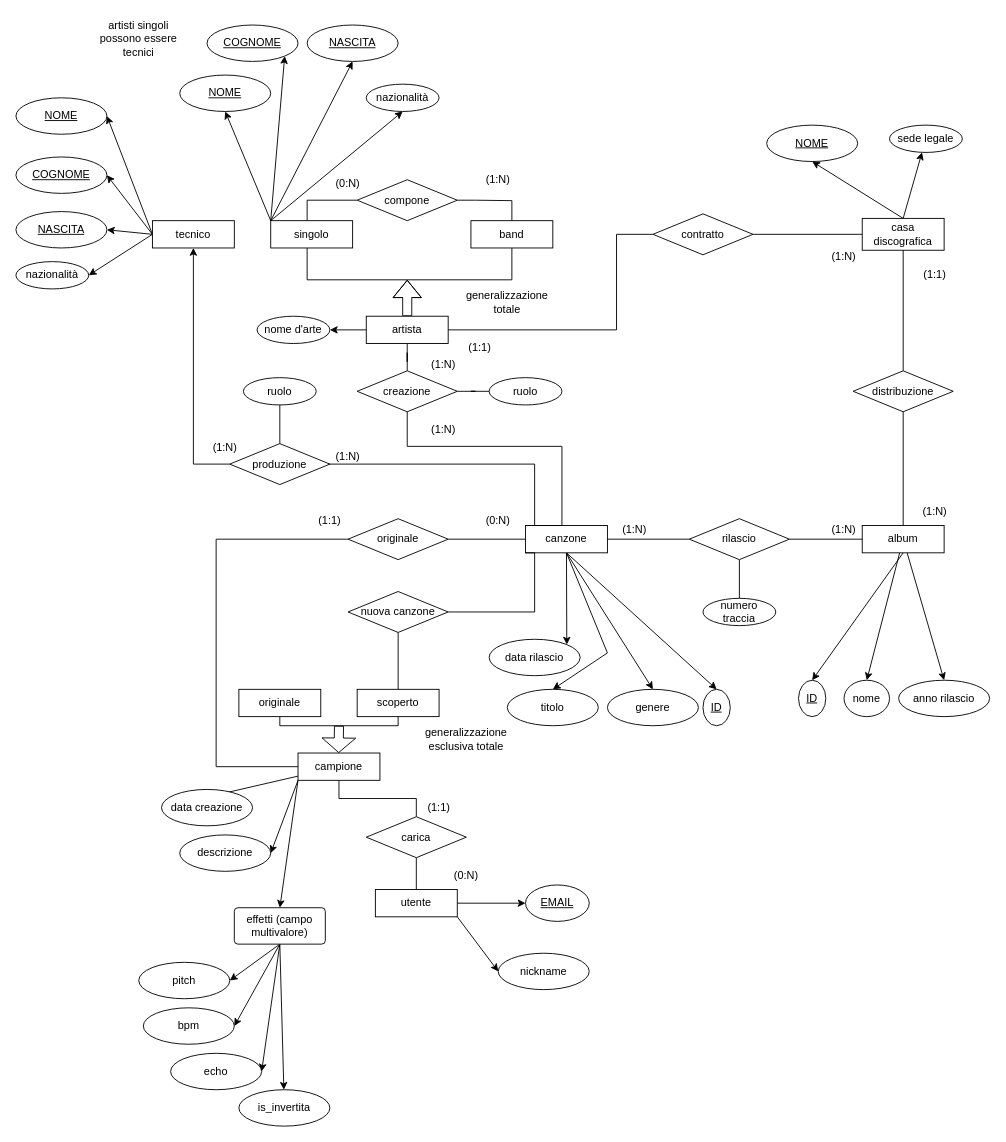
Stef4noo/materiale-progetto-basi keeps this draw.io diagram as diagramma er.drawio. Above is the earlier version. Source tidied: cells renumbered, new cells numbered last; positions are measured from the earlier drawing's top-left corner, leaving out a move shared by most shapes. Both pictures are drawn from the tidied source at 91%, with x=0, y=0 at pixel (15, 15).
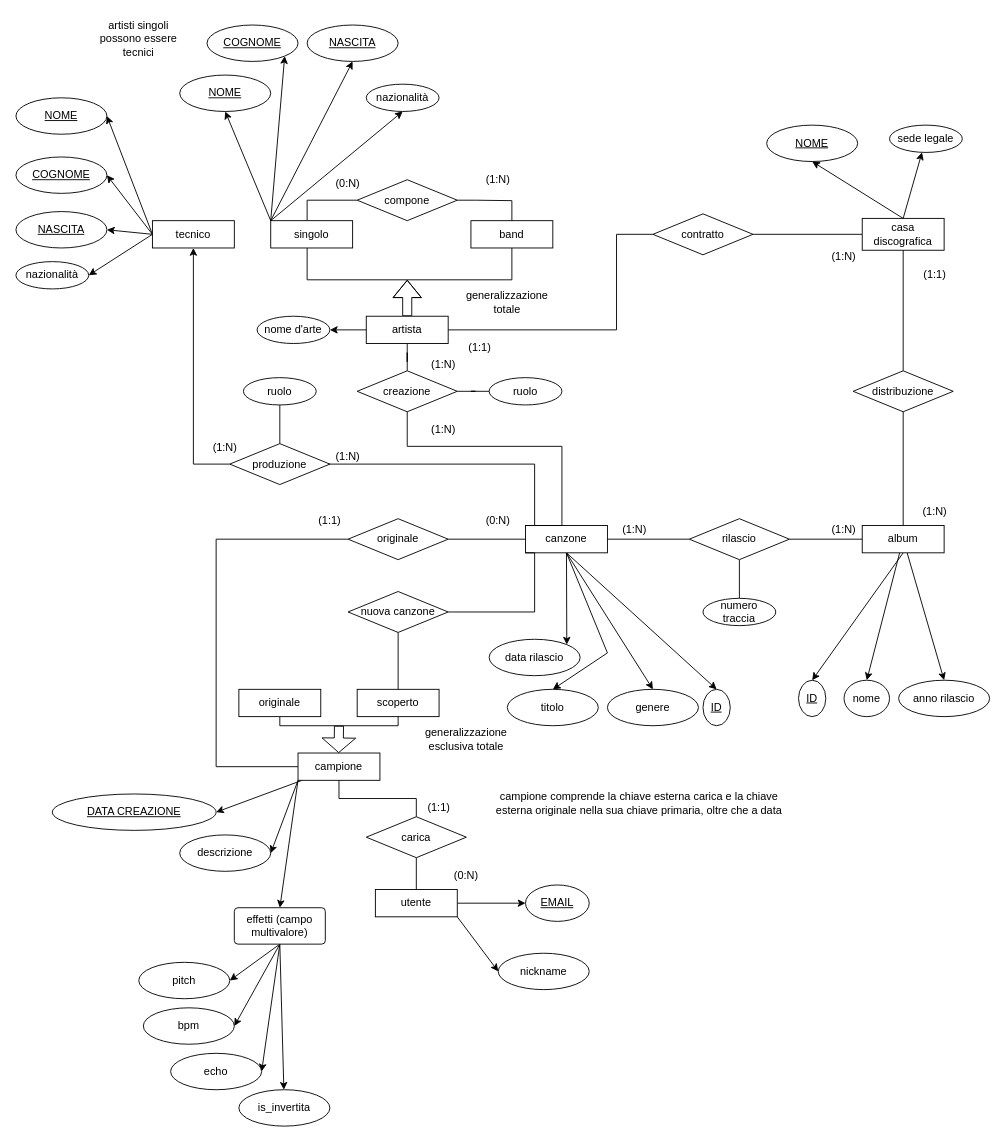
After the change.

Unchanged cells that the change refers to:
```xml
<mxCell id="15" value="campione" style="whiteSpace=wrap;html=1;align=center;labelBackgroundColor=none;" parent="1" vertex="1">
  <mxGeometry x="310" y="810" width="90" height="30" as="geometry" />
</mxCell>
```

The edit, as a diff of the source:
```diff
@@
-    <mxCell id="13" style="rounded=0;jettySize=auto;html=1;entryX=0;entryY=0.5;entryDx=0;entryDy=0;" parent="1" edge="1" source="15" target="78">
+    <mxCell id="13" style="rounded=0;jettySize=auto;html=1;entryX=1;entryY=0.5;entryDx=0;entryDy=0;" parent="1" edge="1" source="15" target="124">
       <mxGeometry relative="1" as="geometry" />
     </mxCell>
@@
-    <mxCell id="78" value="data creazione" style="ellipse;whiteSpace=wrap;html=1;align=center;" parent="1" vertex="1">
-      <mxGeometry x="160" y="850" width="100" height="40" as="geometry" />
-    </mxCell>
@@
+    <mxCell id="123" value="campione comprende la chiave esterna carica e la chiave esterna originale nella sua chiave primaria, oltre che a data" style="text;html=1;whiteSpace=wrap;strokeColor=none;fillColor=none;align=center;verticalAlign=middle;rounded=0;" parent="1" vertex="1">
+      <mxGeometry x="525" y="850" width="320" height="30" as="geometry" />
+    </mxCell>
+    <mxCell id="124" value="DATA CREAZIONE" style="ellipse;whiteSpace=wrap;html=1;align=center;fontStyle=4;" parent="1" vertex="1">
+      <mxGeometry x="40" y="855" width="180" height="40" as="geometry" />
+    </mxCell>
```
